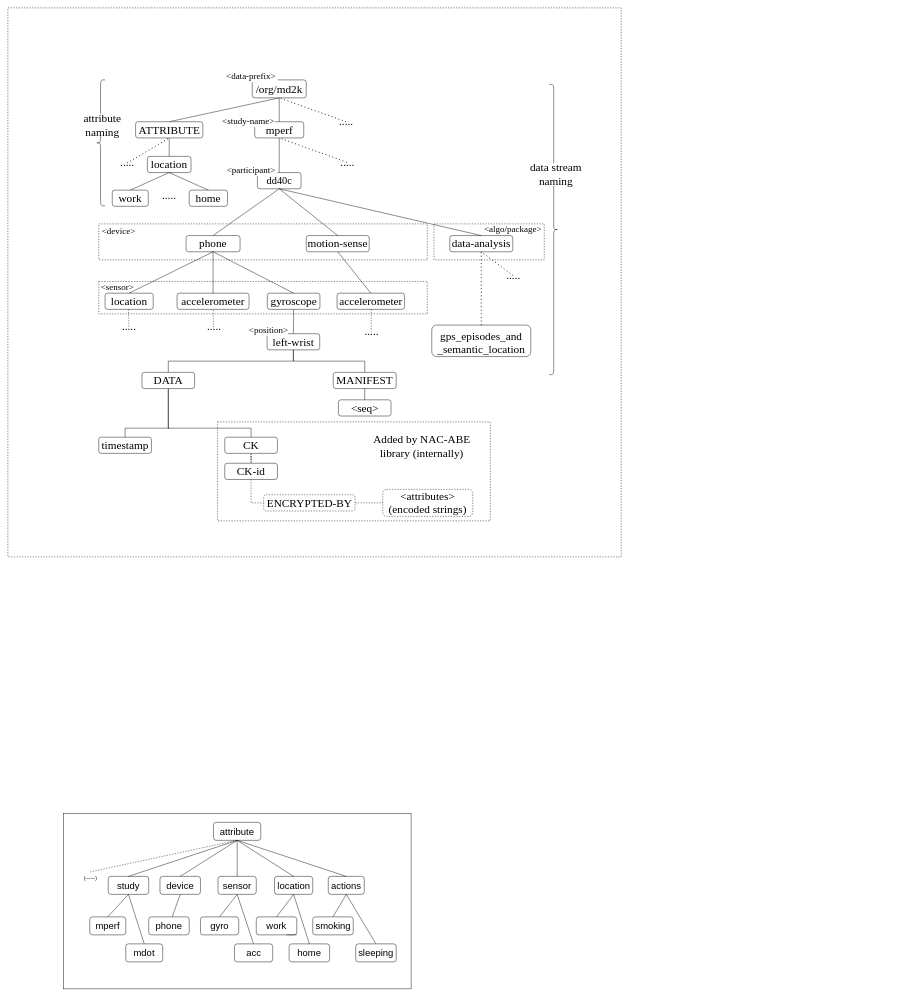
Earlier version of the draw.io diagram page "Namespace" (2 of 4) of docs/latest mGuard .drawio (dulalsaurab/new-mguard). Source tidied: cells renumbered, new cells numbered last; positions are measured from the earlier drawing's top-left corner, leaving out a move shared by most shapes. Both pictures are drawn from the tidied source at 45%, with x=0, y=0 at pixel (8, 8).
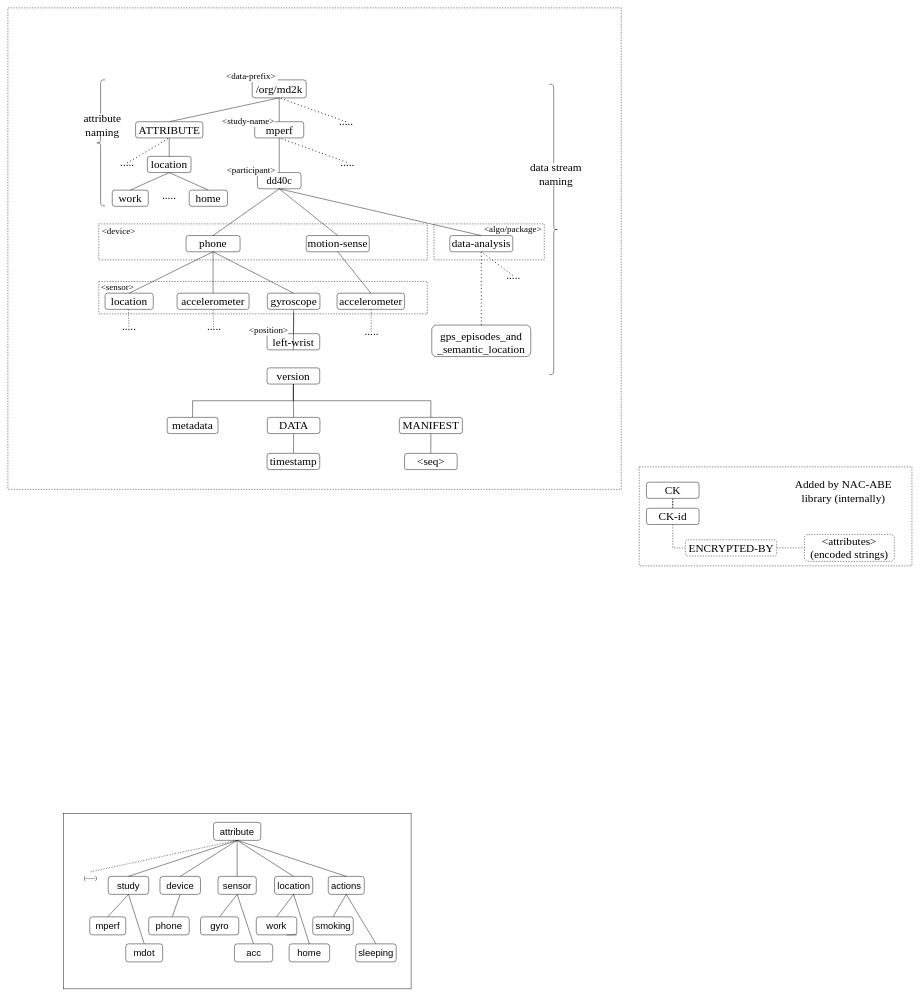
The same page after the edit.

Unchanged cells that the change refers to:
```xml
<mxCell id="23" value="&lt;span style=&quot;font-size: 25px;&quot;&gt;left-wrist&lt;/span&gt;" style="rounded=1;whiteSpace=wrap;html=1;fontStyle=0;fontFamily=Times New Roman;fontSize=25;" parent="1" vertex="1">
  <mxGeometry x="576" y="724" width="117" height="36" as="geometry" />
</mxCell>
```

What changed in the source:
```diff
@@
     <mxCell id="2" style="rounded=0;whiteSpace=wrap;html=1;fontFamily=Times New Roman;fontSize=25;dashed=1;fillColor=default;" parent="1" vertex="1">
-      <mxGeometry width="1363" height="1220" as="geometry" />
+      <mxGeometry width="1363" height="1070" as="geometry" />
     </mxCell>
     <mxCell id="3" style="rounded=0;whiteSpace=wrap;html=1;fontFamily=Times New Roman;fontSize=25;dashed=1;fillColor=default;" parent="1" vertex="1">
-      <mxGeometry x="466" y="920" width="606" height="220" as="geometry" />
+      <mxGeometry x="1403" y="1020" width="606" height="220" as="geometry" />
     </mxCell>
@@
-    <mxCell id="21" style="edgeStyle=orthogonalEdgeStyle;rounded=0;jettySize=auto;html=1;exitX=0.5;exitY=1;exitDx=0;exitDy=0;entryX=0.5;entryY=0;entryDx=0;entryDy=0;startArrow=none;startFill=0;endArrow=none;endFill=0;fontStyle=0;" parent="1" edge="1" source="23" target="36">
-      <mxGeometry relative="1" as="geometry" />
-    </mxCell>
-    <mxCell id="22" style="edgeStyle=orthogonalEdgeStyle;rounded=0;jettySize=auto;html=1;exitX=0.5;exitY=1;exitDx=0;exitDy=0;startArrow=none;startFill=0;endArrow=none;endFill=0;fontStyle=0;" parent="1" edge="1" source="23" target="37">
-      <mxGeometry relative="1" as="geometry" />
-    </mxCell>
@@
-    <mxCell id="34" style="edgeStyle=orthogonalEdgeStyle;rounded=0;jettySize=auto;html=1;exitX=0.5;exitY=1;exitDx=0;exitDy=0;entryX=0.5;entryY=0;entryDx=0;entryDy=0;startArrow=none;startFill=0;endArrow=none;endFill=0;fontStyle=0;" parent="1" edge="1" source="36" target="39">
-      <mxGeometry relative="1" as="geometry">
-        <Array as="points">
-          <mxPoint x="358" y="934" />
-          <mxPoint x="182" y="934" />
-        </Array>
-      </mxGeometry>
+    <mxCell id="34" style="edgeStyle=orthogonalEdgeStyle;rounded=0;jettySize=auto;html=1;exitX=0.5;exitY=1;exitDx=0;exitDy=0;entryX=0.5;entryY=0;entryDx=0;entryDy=0;endArrow=none;endFill=0;" parent="1" edge="1" source="36" target="39">
+      <mxGeometry relative="1" as="geometry" />
     </mxCell>
-    <mxCell id="35" style="edgeStyle=orthogonalEdgeStyle;rounded=0;jettySize=auto;html=1;exitX=0.5;exitY=1;exitDx=0;exitDy=0;entryX=0.5;entryY=0;entryDx=0;entryDy=0;startArrow=none;startFill=0;endArrow=none;endFill=0;fontStyle=0;" parent="1" edge="1" source="36" target="46">
-      <mxGeometry relative="1" as="geometry">
-        <Array as="points">
-          <mxPoint x="358" y="934" />
-          <mxPoint x="542" y="934" />
-        </Array>
-      </mxGeometry>
-    </mxCell>
     <mxCell id="36" value="&lt;span style=&quot;font-size: 25px;&quot;&gt;DATA&lt;/span&gt;" style="rounded=1;whiteSpace=wrap;html=1;fontStyle=0;fontFamily=Times New Roman;fontSize=25;" parent="1" vertex="1">
-      <mxGeometry x="298" y="810" width="117" height="36" as="geometry" />
+      <mxGeometry x="576.5" y="910" width="117" height="36" as="geometry" />
     </mxCell>
     <mxCell id="37" value="&lt;span style=&quot;font-size: 25px&quot;&gt;MANIFEST&lt;/span&gt;" style="rounded=1;whiteSpace=wrap;html=1;fontStyle=0;fontFamily=Times New Roman;fontSize=25;" parent="1" vertex="1">
-      <mxGeometry x="723" y="810" width="140" height="36" as="geometry" />
+      <mxGeometry x="870" y="910" width="140" height="36" as="geometry" />
     </mxCell>
     <mxCell id="38" value="&lt;span style=&quot;font-size: 25px;&quot;&gt;&amp;lt;seq&amp;gt;&lt;/span&gt;" style="rounded=1;whiteSpace=wrap;html=1;fontStyle=0;fontFamily=Times New Roman;fontSize=25;" parent="1" vertex="1">
-      <mxGeometry x="734.5" y="871" width="117" height="36" as="geometry" />
+      <mxGeometry x="881.5" y="990" width="117" height="36" as="geometry" />
     </mxCell>
     <mxCell id="39" value="&lt;span style=&quot;font-size: 25px;&quot;&gt;timestamp&lt;/span&gt;" style="rounded=1;whiteSpace=wrap;html=1;fontStyle=0;fontFamily=Times New Roman;fontSize=25;" parent="1" vertex="1">
-      <mxGeometry x="202" y="954" width="117" height="36" as="geometry" />
+      <mxGeometry x="576" y="990" width="117" height="36" as="geometry" />
     </mxCell>
@@
     <mxCell id="46" value="&lt;span style=&quot;font-size: 25px&quot;&gt;CK&lt;/span&gt;" style="rounded=1;whiteSpace=wrap;html=1;fontStyle=0;fontFamily=Times New Roman;fontSize=25;" parent="1" vertex="1">
-      <mxGeometry x="482" y="954" width="117" height="36" as="geometry" />
+      <mxGeometry x="1419" y="1054" width="117" height="36" as="geometry" />
     </mxCell>
@@
     <mxCell id="48" value="&lt;span style=&quot;font-size: 25px&quot;&gt;CK-id&lt;/span&gt;" style="rounded=1;whiteSpace=wrap;html=1;fontStyle=0;fontFamily=Times New Roman;fontSize=25;" parent="1" vertex="1">
-      <mxGeometry x="482" y="1012" width="117" height="36" as="geometry" />
+      <mxGeometry x="1419" y="1112" width="117" height="36" as="geometry" />
     </mxCell>
@@
     <mxCell id="83" value="&lt;span style=&quot;font-size: 25px;&quot;&gt;&amp;lt;attributes&amp;gt;&lt;br style=&quot;font-size: 25px;&quot;&gt;(encoded strings)&lt;br style=&quot;font-size: 25px;&quot;&gt;&lt;/span&gt;" style="rounded=1;whiteSpace=wrap;html=1;fontStyle=0;dashed=1;fontFamily=Times New Roman;fontSize=25;" parent="1" vertex="1">
-      <mxGeometry x="833" y="1070" width="200" height="60" as="geometry" />
+      <mxGeometry x="1770" y="1170" width="200" height="60" as="geometry" />
     </mxCell>
@@
     <mxCell id="85" value="ENCRYPTED-BY" style="rounded=1;whiteSpace=wrap;html=1;fontStyle=0;dashed=1;fontFamily=Times New Roman;fontSize=25;" parent="1" vertex="1">
-      <mxGeometry x="568.5" y="1082" width="203" height="36" as="geometry" />
+      <mxGeometry x="1505.5" y="1182" width="203" height="36" as="geometry" />
     </mxCell>
     <mxCell id="86" value="&lt;font style=&quot;font-size: 25px;&quot;&gt;Added by NAC-ABE library (internally)&lt;br style=&quot;font-size: 25px;&quot;&gt;&lt;/font&gt;" style="text;html=1;strokeColor=none;align=center;verticalAlign=middle;whiteSpace=wrap;rounded=0;dashed=1;fillColor=#ffffff;fontStyle=0;fontFamily=Times New Roman;fontSize=25;" parent="1" vertex="1">
-      <mxGeometry x="776" y="949" width="288" height="50" as="geometry" />
+      <mxGeometry x="1713" y="1049" width="288" height="50" as="geometry" />
     </mxCell>
@@
+    <mxCell id="116" style="endArrow=none;html=1;rounded=0;entryX=0.5;entryY=1;entryDx=0;entryDy=0;exitX=0.466;exitY=0.633;exitDx=0;exitDy=0;exitPerimeter=0;" parent="1" edge="1" source="2" target="23">
+      <mxGeometry relative="1" as="geometry" />
+    </mxCell>
+    <mxCell id="117" style="edgeStyle=orthogonalEdgeStyle;rounded=0;jettySize=auto;html=1;exitX=0.5;exitY=1;exitDx=0;exitDy=0;endArrow=none;endFill=0;" parent="1" edge="1" source="120" target="36">
+      <mxGeometry relative="1" as="geometry" />
+    </mxCell>
+    <mxCell id="118" style="edgeStyle=orthogonalEdgeStyle;rounded=0;jettySize=auto;html=1;exitX=0.5;exitY=1;exitDx=0;exitDy=0;entryX=0.5;entryY=0;entryDx=0;entryDy=0;endArrow=none;endFill=0;" parent="1" edge="1" source="120" target="121">
+      <mxGeometry relative="1" as="geometry" />
+    </mxCell>
+    <mxCell id="119" style="edgeStyle=orthogonalEdgeStyle;rounded=0;jettySize=auto;html=1;exitX=0.5;exitY=1;exitDx=0;exitDy=0;endArrow=none;endFill=0;" parent="1" edge="1" source="120" target="37">
+      <mxGeometry relative="1" as="geometry" />
+    </mxCell>
+    <mxCell id="120" value="&lt;span style=&quot;font-size: 25px;&quot;&gt;version&lt;/span&gt;" style="rounded=1;whiteSpace=wrap;html=1;fontStyle=0;fontFamily=Times New Roman;fontSize=25;" parent="1" vertex="1">
+      <mxGeometry x="576" y="800" width="117" height="36" as="geometry" />
+    </mxCell>
+    <mxCell id="121" value="&lt;span style=&quot;font-size: 25px;&quot;&gt;metadata&lt;/span&gt;" style="rounded=1;whiteSpace=wrap;html=1;fontStyle=0;fontFamily=Times New Roman;fontSize=25;" parent="1" vertex="1">
+      <mxGeometry x="354" y="910" width="113" height="36" as="geometry" />
+    </mxCell>
```
